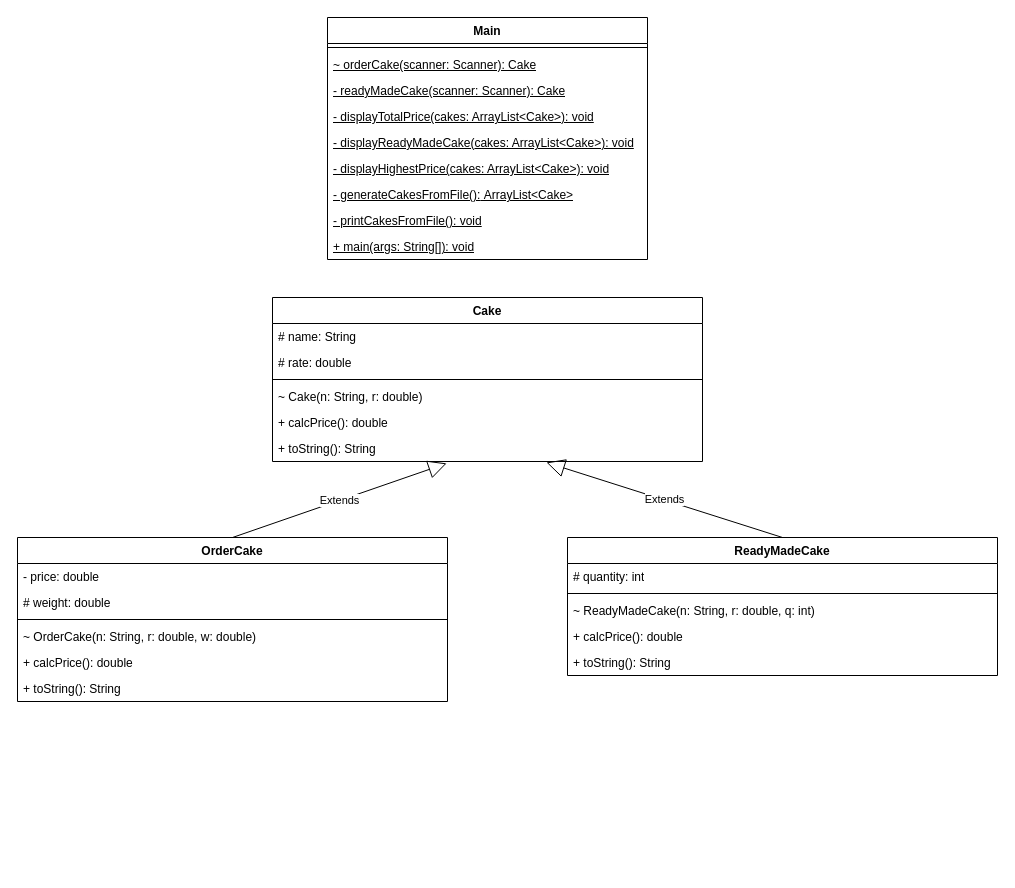
aguilarsean/CPE-2101L keeps this draw.io diagram as src/Untitled Diagram.drawio. Above is the earlier version. Source tidied: cells renumbered, new cells numbered last; positions are measured from the earlier drawing's top-left corner, leaving out a move shared by most shapes. Both pictures are drawn from the tidied source at 100%, with x=0, y=0 at pixel (17, 17).
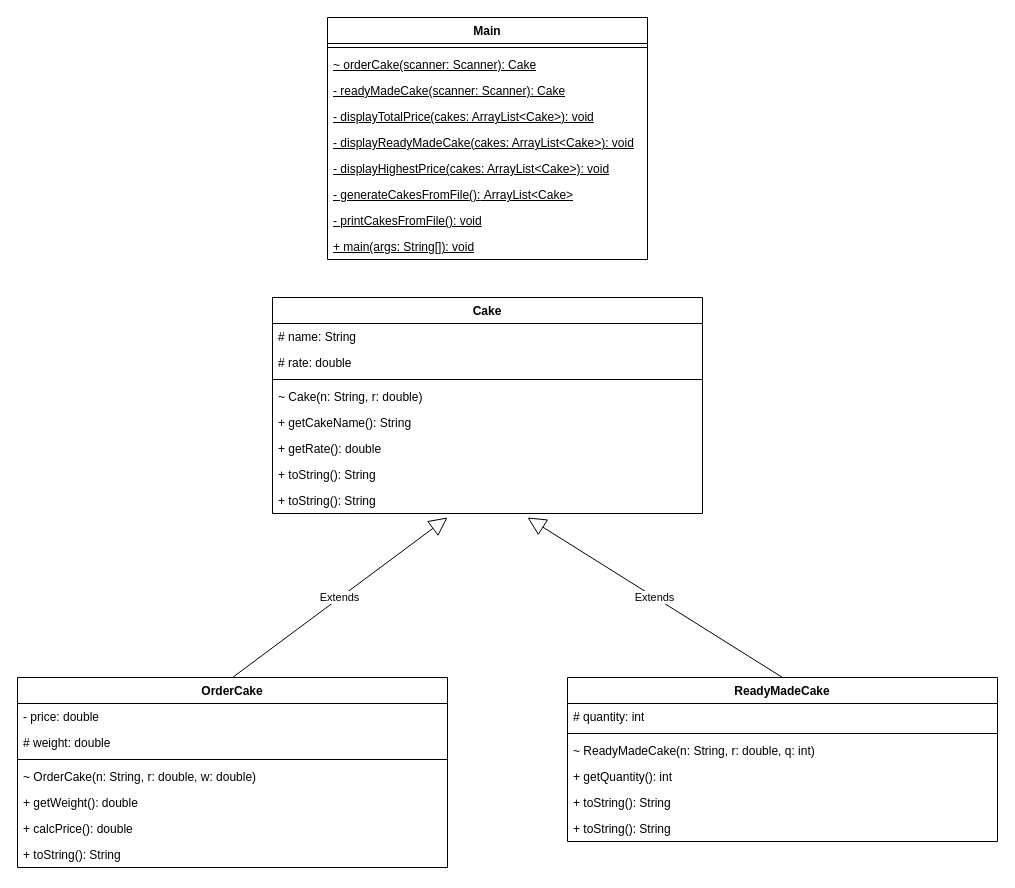
After the change.

Diff of the diagram source:
```diff
@@
     <mxCell id="12" value="Cake" style="swimlane;fontStyle=1;align=center;verticalAlign=top;horizontal=1;startSize=26;whiteSpace=wrap;html=1;" parent="1" vertex="1">
-      <mxGeometry x="255" y="280" width="430" height="164" as="geometry" />
+      <mxGeometry x="255" y="280" width="430" height="216" as="geometry" />
     </mxCell>
@@
+    <mxCell id="34" value="+ getCakeName(): String" style="text;strokeColor=none;fillColor=none;align=left;verticalAlign=top;spacingLeft=4;spacingRight=4;overflow=hidden;whiteSpace=wrap;html=1;" parent="12" vertex="1">
+      <mxGeometry y="112" width="430" height="26" as="geometry" />
+    </mxCell>
-    <mxCell id="17" value="+ calcPrice(): double" style="text;strokeColor=none;fillColor=none;align=left;verticalAlign=top;spacingLeft=4;spacingRight=4;overflow=hidden;whiteSpace=wrap;html=1;" parent="12" vertex="1">
-      <mxGeometry y="112" width="430" height="26" as="geometry" />
+    <mxCell id="17" value="+ getRate(): double" style="text;strokeColor=none;fillColor=none;align=left;verticalAlign=top;spacingLeft=4;spacingRight=4;overflow=hidden;whiteSpace=wrap;html=1;" parent="12" vertex="1">
+      <mxGeometry y="138" width="430" height="26" as="geometry" />
     </mxCell>
+    <mxCell id="35" value="+ toString(): String" style="text;strokeColor=none;fillColor=none;align=left;verticalAlign=top;spacingLeft=4;spacingRight=4;overflow=hidden;whiteSpace=wrap;html=1;" parent="12" vertex="1">
+      <mxGeometry y="164" width="430" height="26" as="geometry" />
+    </mxCell>
     <mxCell id="18" value="+ toString(): String" style="text;strokeColor=none;fillColor=none;align=left;verticalAlign=top;spacingLeft=4;spacingRight=4;overflow=hidden;points=[[0,0.5],[1,0.5]];portConstraint=eastwest;whiteSpace=wrap;html=1;" parent="12" vertex="1">
-      <mxGeometry y="138" width="430" height="26" as="geometry" />
+      <mxGeometry y="190" width="430" height="26" as="geometry" />
     </mxCell>
     <mxCell id="19" value="OrderCake" style="swimlane;fontStyle=1;align=center;verticalAlign=top;horizontal=1;startSize=26;whiteSpace=wrap;html=1;" parent="1" vertex="1">
-      <mxGeometry y="520" width="430" height="164" as="geometry" />
+      <mxGeometry y="660" width="430" height="190" as="geometry" />
     </mxCell>
@@
+    <mxCell id="25" value="+ getWeight(): double" style="text;strokeColor=none;fillColor=none;align=left;verticalAlign=top;spacingLeft=4;spacingRight=4;overflow=hidden;whiteSpace=wrap;html=1;" parent="19" vertex="1">
+      <mxGeometry y="112" width="430" height="26" as="geometry" />
+    </mxCell>
     <mxCell id="24" value="+ calcPrice(): double" style="text;strokeColor=none;fillColor=none;align=left;verticalAlign=top;spacingLeft=4;spacingRight=4;overflow=hidden;whiteSpace=wrap;html=1;" parent="19" vertex="1">
-      <mxGeometry y="112" width="430" height="26" as="geometry" />
+      <mxGeometry y="138" width="430" height="26" as="geometry" />
     </mxCell>
-    <mxCell id="25" value="+ toString(): String" style="text;strokeColor=none;fillColor=none;align=left;verticalAlign=top;spacingLeft=4;spacingRight=4;overflow=hidden;whiteSpace=wrap;html=1;" parent="19" vertex="1">
-      <mxGeometry y="138" width="430" height="26" as="geometry" />
-    </mxCell>
+    <mxCell id="36" value="+ toString(): String" style="text;strokeColor=none;fillColor=none;align=left;verticalAlign=top;spacingLeft=4;spacingRight=4;overflow=hidden;whiteSpace=wrap;html=1;" parent="19" vertex="1">
+      <mxGeometry y="164" width="430" height="26" as="geometry" />
+    </mxCell>
     <mxCell id="26" value="ReadyMadeCake" style="swimlane;fontStyle=1;align=center;verticalAlign=top;horizontal=1;startSize=26;whiteSpace=wrap;html=1;" parent="1" vertex="1">
-      <mxGeometry x="550" y="520" width="430" height="138" as="geometry" />
+      <mxGeometry x="550" y="660" width="430" height="164" as="geometry" />
     </mxCell>
@@
-    <mxCell id="30" value="+ calcPrice(): double" style="text;strokeColor=none;fillColor=none;align=left;verticalAlign=top;spacingLeft=4;spacingRight=4;overflow=hidden;whiteSpace=wrap;html=1;" parent="26" vertex="1">
+    <mxCell id="30" value="+ getQuantity(): int" style="text;strokeColor=none;fillColor=none;align=left;verticalAlign=top;spacingLeft=4;spacingRight=4;overflow=hidden;whiteSpace=wrap;html=1;" parent="26" vertex="1">
       <mxGeometry y="86" width="430" height="26" as="geometry" />
     </mxCell>
+    <mxCell id="37" value="+ toString(): String" style="text;strokeColor=none;fillColor=none;align=left;verticalAlign=top;spacingLeft=4;spacingRight=4;overflow=hidden;whiteSpace=wrap;html=1;" parent="26" vertex="1">
+      <mxGeometry y="112" width="430" height="26" as="geometry" />
+    </mxCell>
     <mxCell id="31" value="+ toString(): String" style="text;strokeColor=none;fillColor=none;align=left;verticalAlign=top;spacingLeft=4;spacingRight=4;overflow=hidden;whiteSpace=wrap;html=1;" parent="26" vertex="1">
-      <mxGeometry y="112" width="430" height="26" as="geometry" />
+      <mxGeometry y="138" width="430" height="26" as="geometry" />
     </mxCell>
-    <mxCell id="32" value="Extends" style="endArrow=block;endSize=16;endFill=0;html=1;rounded=0;exitX=0.5;exitY=0;exitDx=0;exitDy=0;entryX=0.405;entryY=1.072;entryDx=0;entryDy=0;entryPerimeter=0;" parent="1" edge="1" source="19" target="18">
-      <mxGeometry relative="1" as="geometry" />
+    <mxCell id="32" value="Extends" style="endArrow=block;endSize=16;endFill=0;html=1;rounded=0;exitX=0.5;exitY=0;exitDx=0;exitDy=0;" parent="1" edge="1" source="19">
+      <mxGeometry relative="1" as="geometry">
+        <mxPoint x="430" y="500" as="targetPoint" />
+      </mxGeometry>
     </mxCell>
-    <mxCell id="33" value="Extends" style="endArrow=block;endSize=16;endFill=0;html=1;rounded=0;exitX=0.5;exitY=0;exitDx=0;exitDy=0;entryX=0.637;entryY=1.036;entryDx=0;entryDy=0;entryPerimeter=0;" parent="1" edge="1" source="26" target="18">
-      <mxGeometry relative="1" as="geometry" />
+    <mxCell id="33" value="Extends" style="endArrow=block;endSize=16;endFill=0;html=1;rounded=0;exitX=0.5;exitY=0;exitDx=0;exitDy=0;" parent="1" edge="1" source="26">
+      <mxGeometry relative="1" as="geometry">
+        <mxPoint x="510" y="500" as="targetPoint" />
+      </mxGeometry>
     </mxCell>
```
